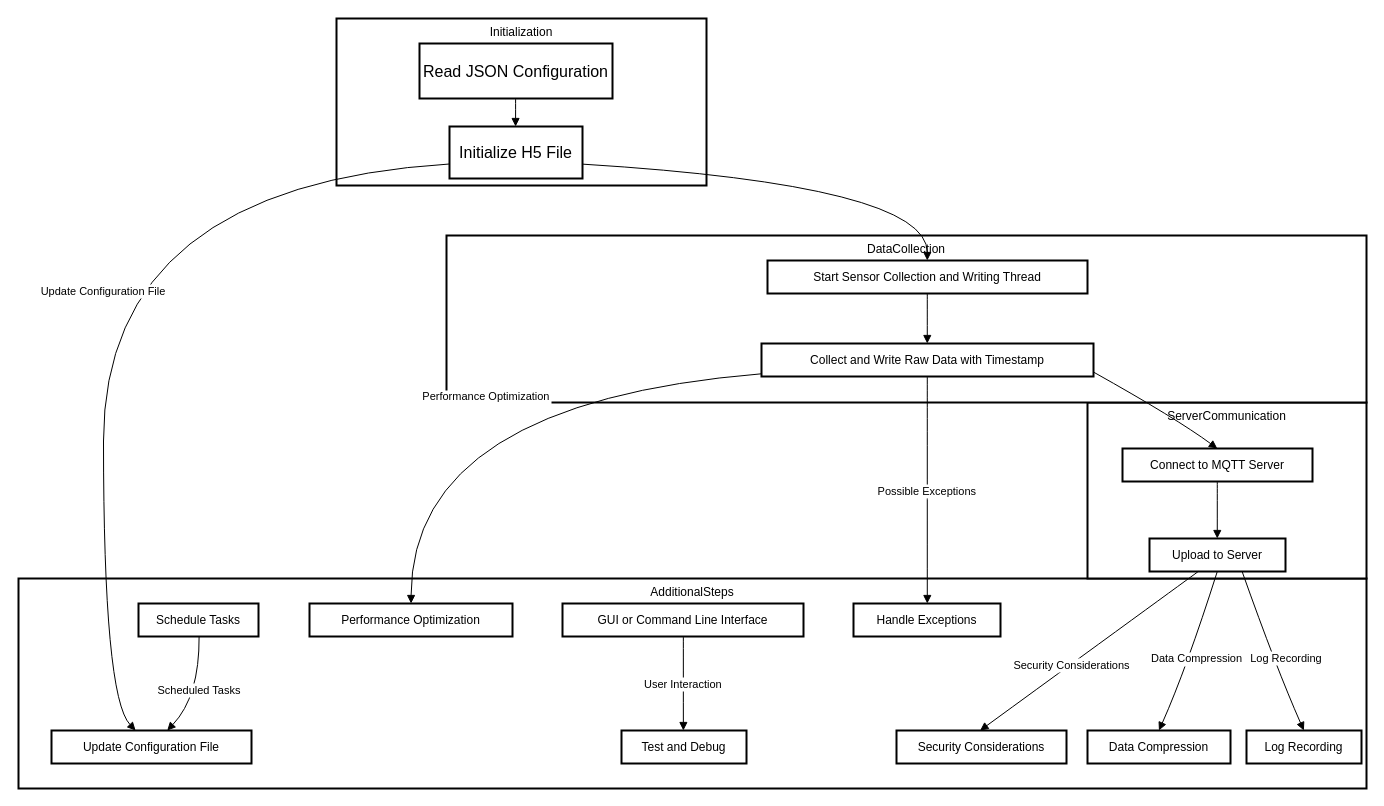
cowqer/-data-collection-service keeps this draw.io diagram as build/未命名绘图.drawio. Above is the earlier version. Source tidied: cells renumbered, new cells numbered last; positions are measured from the earlier drawing's top-left corner, leaving out a move shared by most shapes. Both pictures are drawn from the tidied source at 100%, with x=0, y=0 at pixel (18, 18).
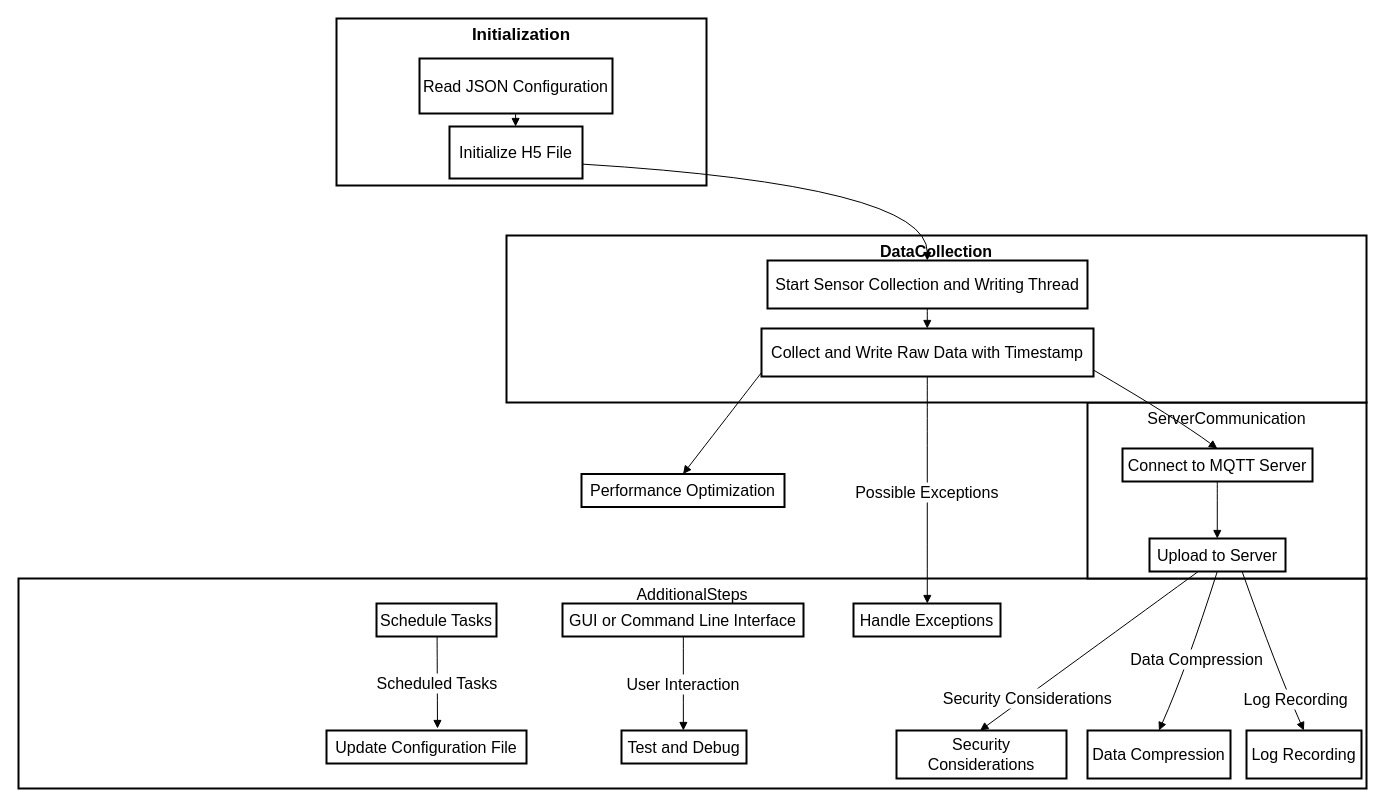
Above is the later version.

Commit message (it also covers changes not shown here):
更新未命名绘图.drawio

Unchanged cells that the change refers to:
```xml
<mxCell id="20" value="Initialize H5 File" style="whiteSpace=wrap;strokeWidth=2;fontSize=16;" parent="1" vertex="1">
  <mxGeometry x="431" y="108" width="133" height="52" as="geometry" />
</mxCell>
```

Diff of the diagram source:
```diff
@@
-    <mxCell id="2" value="AdditionalSteps" style="whiteSpace=wrap;strokeWidth=2;verticalAlign=top;" parent="1" vertex="1">
+    <mxCell id="2" value="AdditionalSteps" style="whiteSpace=wrap;strokeWidth=2;verticalAlign=top;fontSize=16;" parent="1" vertex="1">
       <mxGeometry y="560" width="1348" height="210" as="geometry" />
     </mxCell>
-    <mxCell id="3" value="Handle Exceptions" style="whiteSpace=wrap;strokeWidth=2;" parent="1" vertex="1">
+    <mxCell id="3" value="Handle Exceptions" style="whiteSpace=wrap;strokeWidth=2;fontSize=16;" parent="1" vertex="1">
       <mxGeometry x="835" y="585" width="147" height="33" as="geometry" />
     </mxCell>
-    <mxCell id="4" value="Log Recording" style="whiteSpace=wrap;strokeWidth=2;" parent="1" vertex="1">
-      <mxGeometry x="1228" y="712" width="115" height="33" as="geometry" />
+    <mxCell id="4" value="Log Recording" style="whiteSpace=wrap;strokeWidth=2;fontSize=16;" parent="1" vertex="1">
+      <mxGeometry x="1228" y="712" width="115" height="48" as="geometry" />
     </mxCell>
-    <mxCell id="5" value="Data Compression" style="whiteSpace=wrap;strokeWidth=2;" parent="1" vertex="1">
-      <mxGeometry x="1069" y="712" width="143" height="33" as="geometry" />
+    <mxCell id="5" value="Data Compression" style="whiteSpace=wrap;strokeWidth=2;fontSize=16;" parent="1" vertex="1">
+      <mxGeometry x="1069" y="712" width="143" height="48" as="geometry" />
     </mxCell>
-    <mxCell id="6" value="Schedule Tasks" style="whiteSpace=wrap;strokeWidth=2;" parent="1" vertex="1">
-      <mxGeometry x="120" y="585" width="120" height="33" as="geometry" />
+    <mxCell id="6" value="Schedule Tasks" style="whiteSpace=wrap;strokeWidth=2;fontSize=16;" parent="1" vertex="1">
+      <mxGeometry x="358" y="585" width="120" height="33" as="geometry" />
     </mxCell>
-    <mxCell id="7" value="Update Configuration File" style="whiteSpace=wrap;strokeWidth=2;" parent="1" vertex="1">
-      <mxGeometry x="33" y="712" width="200" height="33" as="geometry" />
+    <mxCell id="7" value="Update Configuration File" style="whiteSpace=wrap;strokeWidth=2;fontSize=16;" parent="1" vertex="1">
+      <mxGeometry x="308" y="712" width="200" height="33" as="geometry" />
     </mxCell>
-    <mxCell id="8" value="Security Considerations" style="whiteSpace=wrap;strokeWidth=2;" parent="1" vertex="1">
-      <mxGeometry x="878" y="712" width="170" height="33" as="geometry" />
+    <mxCell id="8" value="Security Considerations" style="whiteSpace=wrap;strokeWidth=2;fontSize=16;" parent="1" vertex="1">
+      <mxGeometry x="878" y="712" width="170" height="48" as="geometry" />
     </mxCell>
-    <mxCell id="9" value="Performance Optimization" style="whiteSpace=wrap;strokeWidth=2;" parent="1" vertex="1">
-      <mxGeometry x="291" y="585" width="203" height="33" as="geometry" />
+    <mxCell id="9" value="Performance Optimization" style="whiteSpace=wrap;strokeWidth=2;fontSize=16;" parent="1" vertex="1">
+      <mxGeometry x="563" y="455.5" width="203" height="33" as="geometry" />
     </mxCell>
-    <mxCell id="10" value="GUI or Command Line Interface" style="whiteSpace=wrap;strokeWidth=2;" parent="1" vertex="1">
+    <mxCell id="10" value="GUI or Command Line Interface" style="whiteSpace=wrap;strokeWidth=2;fontSize=16;" parent="1" vertex="1">
       <mxGeometry x="544" y="585" width="241" height="33" as="geometry" />
     </mxCell>
-    <mxCell id="11" value="Test and Debug" style="whiteSpace=wrap;strokeWidth=2;" parent="1" vertex="1">
+    <mxCell id="11" value="Test and Debug" style="whiteSpace=wrap;strokeWidth=2;fontSize=16;" parent="1" vertex="1">
       <mxGeometry x="603" y="712" width="125" height="33" as="geometry" />
     </mxCell>
-    <mxCell id="12" value="ServerCommunication" style="whiteSpace=wrap;strokeWidth=2;verticalAlign=top;" parent="1" vertex="1">
+    <mxCell id="12" value="ServerCommunication" style="whiteSpace=wrap;strokeWidth=2;verticalAlign=top;fontSize=16;" parent="1" vertex="1">
       <mxGeometry x="1069" y="384" width="279" height="176" as="geometry" />
     </mxCell>
-    <mxCell id="13" value="Connect to MQTT Server" style="whiteSpace=wrap;strokeWidth=2;" parent="1" vertex="1">
+    <mxCell id="13" value="Connect to MQTT Server" style="whiteSpace=wrap;strokeWidth=2;fontSize=16;" parent="1" vertex="1">
       <mxGeometry x="1104" y="430" width="190" height="33" as="geometry" />
     </mxCell>
-    <mxCell id="14" value="Upload to Server" style="whiteSpace=wrap;strokeWidth=2;" parent="1" vertex="1">
+    <mxCell id="14" value="Upload to Server" style="whiteSpace=wrap;strokeWidth=2;fontSize=16;" parent="1" vertex="1">
       <mxGeometry x="1131" y="520" width="136" height="33" as="geometry" />
     </mxCell>
-    <mxCell id="15" value="DataCollection" style="whiteSpace=wrap;strokeWidth=2;verticalAlign=top;" parent="1" vertex="1">
-      <mxGeometry x="428" y="217" width="920" height="167" as="geometry" />
+    <mxCell id="15" value="DataCollection" style="whiteSpace=wrap;strokeWidth=2;verticalAlign=top;fontSize=16;fontStyle=1;" parent="1" vertex="1">
+      <mxGeometry x="488" y="217" width="860" height="167" as="geometry" />
     </mxCell>
-    <mxCell id="16" value="Start Sensor Collection and Writing Thread" style="whiteSpace=wrap;strokeWidth=2;" parent="1" vertex="1">
-      <mxGeometry x="749" y="242" width="320" height="33" as="geometry" />
+    <mxCell id="16" value="Start Sensor Collection and Writing Thread" style="whiteSpace=wrap;strokeWidth=2;fontSize=16;" parent="1" vertex="1">
+      <mxGeometry x="749" y="242" width="320" height="48" as="geometry" />
     </mxCell>
-    <mxCell id="17" value="Collect and Write Raw Data with Timestamp" style="whiteSpace=wrap;strokeWidth=2;" parent="1" vertex="1">
-      <mxGeometry x="743" y="325" width="332" height="33" as="geometry" />
+    <mxCell id="17" value="Collect and Write Raw Data with Timestamp" style="whiteSpace=wrap;strokeWidth=2;fontSize=16;" parent="1" vertex="1">
+      <mxGeometry x="743" y="310" width="332" height="48" as="geometry" />
     </mxCell>
-    <mxCell id="18" value="Initialization" style="whiteSpace=wrap;strokeWidth=2;verticalAlign=top;" parent="1" vertex="1">
+    <mxCell id="18" value="Initialization" style="whiteSpace=wrap;strokeWidth=2;verticalAlign=top;fontSize=17;fontStyle=1;" parent="1" vertex="1">
       <mxGeometry x="318" width="370" height="167" as="geometry" />
     </mxCell>
     <mxCell id="19" value="Read JSON Configuration" style="whiteSpace=wrap;strokeWidth=2;fontSize=16;" parent="1" vertex="1">
-      <mxGeometry x="401" y="25" width="193" height="55" as="geometry" />
+      <mxGeometry x="401" y="40" width="193" height="55" as="geometry" />
     </mxCell>
@@
-    <mxCell id="21" style="curved=1;startArrow=none;endArrow=block;exitX=0.4978991493659934;exitY=1.0121212583599668;entryX=0.4969513972002761;entryY=0.012121258359966856;rounded=0;" parent="1" edge="1" source="19" target="20">
+    <mxCell id="21" style="curved=1;startArrow=none;endArrow=block;exitX=0.4978991493659934;exitY=1.0121212583599668;entryX=0.4969513972002761;entryY=0.012121258359966856;rounded=0;fontSize=16;" parent="1" edge="1" source="19" target="20">
       <mxGeometry relative="1" as="geometry" />
     </mxCell>
-    <mxCell id="22" style="curved=1;startArrow=none;endArrow=block;exitX=0.995641493259516;exitY=0.7217611453245629;entryX=0.49932863712310793;entryY=-0.006060513583096591;rounded=0;" parent="1" edge="1" source="20" target="16">
+    <mxCell id="22" style="curved=1;startArrow=none;endArrow=block;exitX=0.995641493259516;exitY=0.7217611453245629;entryX=0.49932863712310793;entryY=-0.006060513583096591;rounded=0;fontSize=16;" parent="1" edge="1" source="20" target="16">
       <mxGeometry relative="1" as="geometry">
         <Array as="points">
           <mxPoint x="909" y="167" />
         </Array>
       </mxGeometry>
     </mxCell>
-    <mxCell id="23" style="curved=1;startArrow=none;endArrow=block;exitX=0.49932863712310793;exitY=1.0060607447768704;entryX=0.49935290325118836;entryY=0.006060744776870265;rounded=0;" parent="1" edge="1" source="16" target="17">
+    <mxCell id="23" style="curved=1;startArrow=none;endArrow=block;exitX=0.49932863712310793;exitY=1.0060607447768704;entryX=0.49935290325118836;entryY=0.006060744776870265;rounded=0;fontSize=16;" parent="1" edge="1" source="16" target="17">
       <mxGeometry relative="1" as="geometry" />
     </mxCell>
-    <mxCell id="24" style="curved=1;startArrow=none;endArrow=block;exitX=0.9989575995020119;exitY=0.8649819427383766;entryX=0.49884872436523436;entryY=1.7339533025568182e-7;rounded=0;" parent="1" edge="1" source="17" target="13">
+    <mxCell id="24" style="curved=1;startArrow=none;endArrow=block;exitX=0.9989575995020119;exitY=0.8649819427383766;entryX=0.49884872436523436;entryY=1.7339533025568182e-7;rounded=0;fontSize=16;" parent="1" edge="1" source="17" target="13">
       <mxGeometry relative="1" as="geometry">
         <Array as="points">
           <mxPoint x="1158" y="400" />
         </Array>
       </mxGeometry>
     </mxCell>
-    <mxCell id="25" style="curved=1;startArrow=none;endArrow=block;exitX=0.49884872436523436;exitY=1.0121214317552971;entryX=0.49839160021613627;entryY=0.012121431755297112;rounded=0;" parent="1" edge="1" source="13" target="14">
+    <mxCell id="25" style="curved=1;startArrow=none;endArrow=block;exitX=0.49884872436523436;exitY=1.0121214317552971;entryX=0.49839160021613627;entryY=0.012121431755297112;rounded=0;fontSize=16;" parent="1" edge="1" source="13" target="14">
       <mxGeometry relative="1" as="geometry" />
     </mxCell>
-    <mxCell id="26" value="Possible Exceptions" style="curved=1;startArrow=none;endArrow=block;exitX=0.49935290325118836;exitY=1.0181820031368372;entryX=0.5019398903360173;entryY=0.012121431755297112;rounded=0;" parent="1" edge="1" source="17" target="3">
-      <mxGeometry relative="1" as="geometry" />
+    <mxCell id="26" value="Possible Exceptions" style="curved=1;startArrow=none;endArrow=block;exitX=0.49935290325118836;exitY=1.0181820031368372;entryX=0.5019398903360173;entryY=0.012121431755297112;rounded=0;fontSize=16;" parent="1" edge="1" source="17" target="3">
+      <mxGeometry x="0.01" relative="1" as="geometry" />
     </mxCell>
-    <mxCell id="27" value="Log Recording" style="curved=1;startArrow=none;endArrow=block;exitX=0.6897087310329837;exitY=1.024242690115264;entryX=0.49900144494098164;entryY=0.006060860373757102;rounded=0;" parent="1" edge="1" source="14" target="4">
-      <mxGeometry x="0.13" y="13" relative="1" as="geometry">
+    <mxCell id="27" value="Log Recording" style="curved=1;startArrow=none;endArrow=block;exitX=0.6897087310329837;exitY=1.024242690115264;entryX=0.49900144494098164;entryY=0.006060860373757102;rounded=0;fontSize=16;" parent="1" edge="1" source="14" target="4">
+      <mxGeometry x="0.62" y="6" relative="1" as="geometry">
         <Array as="points">
           <mxPoint x="1258" y="650" />
         </Array>
       </mxGeometry>
     </mxCell>
-    <mxCell id="28" value="Data Compression" style="curved=1;startArrow=none;endArrow=block;exitX=0.49839160021613627;exitY=1.024242690115264;entryX=0.4997214470709954;entryY=0.006060860373757102;rounded=0;" parent="1" edge="1" source="14" target="5">
+    <mxCell id="28" value="Data Compression" style="curved=1;startArrow=none;endArrow=block;exitX=0.49839160021613627;exitY=1.024242690115264;entryX=0.4997214470709954;entryY=0.006060860373757102;rounded=0;fontSize=16;" parent="1" edge="1" source="14" target="5">
       <mxGeometry x="0.05" y="7" relative="1" as="geometry">
         <Array as="points">
           <mxPoint x="1168" y="650" />
         </Array>
       </mxGeometry>
     </mxCell>
-    <mxCell id="29" value="Scheduled Tasks" style="curved=1;startArrow=none;endArrow=block;exitX=0.5052408854166667;exitY=1.024242690115264;entryX=0.5776496297403494;entryY=0.006060860373757102;rounded=0;" parent="1" edge="1" source="6" target="7">
+    <mxCell id="29" value="Scheduled Tasks" style="curved=1;startArrow=none;endArrow=block;exitX=0.5052408854166667;exitY=1.024242690115264;rounded=0;fontSize=16;" parent="1" edge="1" source="6">
       <mxGeometry relative="1" as="geometry">
-        <Array as="points">
-          <mxPoint x="181" y="678" />
-        </Array>
+        <mxPoint x="419" y="710" as="targetPoint" />
       </mxGeometry>
     </mxCell>
-    <mxCell id="30" value="Update Configuration File" style="curved=1;startArrow=none;endArrow=block;exitX=-0.0017386988589638158;exitY=0.7217611453245629;entryX=0.42143572705945864;entryY=0.006060860373757102;rounded=0;" parent="1" edge="1" source="20" target="7">
-      <mxGeometry relative="1" as="geometry">
-        <Array as="points">
-          <mxPoint x="85" y="167" />
-          <mxPoint x="85" y="678" />
-        </Array>
-      </mxGeometry>
-    </mxCell>
-    <mxCell id="31" value="Security Considerations" style="curved=1;startArrow=none;endArrow=block;exitX=0.336521500816621;exitY=1.024242690115264;entryX=0.500397062041069;entryY=0.006060860373757102;rounded=0;" parent="1" edge="1">
-      <mxGeometry x="0.16" y="1" relative="1" as="geometry">
+    <mxCell id="31" value="Security Considerations" style="curved=1;startArrow=none;endArrow=block;exitX=0.336521500816621;exitY=1.024242690115264;entryX=0.500397062041069;entryY=0.006060860373757102;rounded=0;fontSize=16;" parent="1" edge="1">
+      <mxGeometry x="0.58" y="1" relative="1" as="geometry">
         <mxPoint x="1179.8" y="553" as="sourcePoint" />
         <mxPoint x="961.6" y="712" as="targetPoint" />
+        <mxPoint x="1" as="offset" />
       </mxGeometry>
     </mxCell>
-    <mxCell id="32" value="Performance Optimization" style="curved=1;startArrow=none;endArrow=block;exitX=-0.0002517929996352598;exitY=0.9181465258849891;entryX=0.5003271243842364;entryY=0.012121431755297112;rounded=0;" parent="1" edge="1" source="17" target="9">
-      <mxGeometry relative="1" as="geometry">
-        <Array as="points">
-          <mxPoint x="393" y="384" />
-        </Array>
-      </mxGeometry>
+    <mxCell id="32" style="curved=1;startArrow=none;endArrow=block;exitX=-0.0002517929996352598;exitY=0.9181465258849891;entryX=0.5003271243842364;entryY=0.012121431755297112;rounded=0;fontSize=16;" parent="1" edge="1" source="17" target="9">
+      <mxGeometry x="-0.36" y="-100" relative="1" as="geometry" />
     </mxCell>
-    <mxCell id="33" value="User Interaction" style="curved=1;startArrow=none;endArrow=block;exitX=0.501520370546713;exitY=1.024242690115264;entryX=0.4949312744140625;entryY=0.006060860373757102;rounded=0;" parent="1" edge="1" source="10" target="11">
+    <mxCell id="33" value="User Interaction" style="curved=1;startArrow=none;endArrow=block;exitX=0.501520370546713;exitY=1.024242690115264;entryX=0.4949312744140625;entryY=0.006060860373757102;rounded=0;fontSize=16;" parent="1" edge="1" source="10" target="11">
       <mxGeometry relative="1" as="geometry" />
     </mxCell>
```
